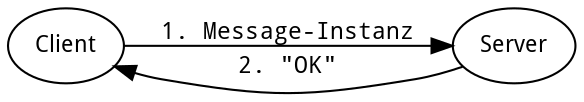
Above: SchnittstelleTCP/Kommunikation.png in patrickbucher/vsk-team5 (Graphviz), before the change. Its source is kept beside it as SchnittstelleTCP/Kommunikation.dot.
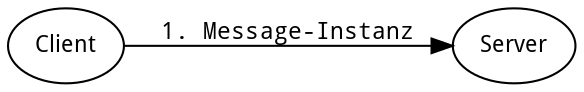
The same file after the commit.

Commit message:
Sequenzdiagramm für TCP-Schnittstelle verbessert

Diff of the diagram source:
```diff
@@ -4,5 +4,4 @@
     node [fontname="Droid Sans",fontsize="11pt"];
     edge [fontname="Droid Sans Mono",fontsize="11pt"];
     Client -> Server [label="1. Message-Instanz"];
-    Server -> Client [label="2. \"OK\""];
 }
```
